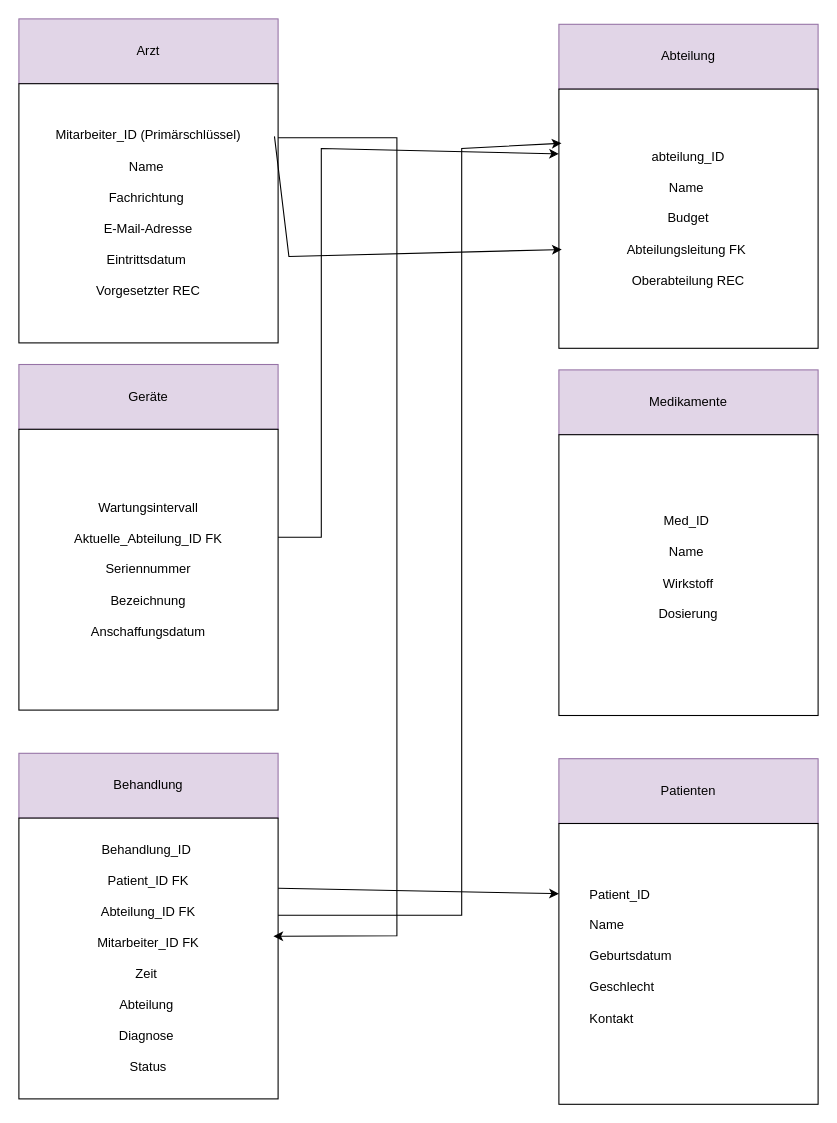
contraintuitiv/datenbanksysteme keeps this draw.io diagram as aufgabe04/Aufgabe_B.drawio. Above is the earlier version. Source tidied: cells renumbered, new cells numbered last; positions are measured from the earlier drawing's top-left corner, leaving out a move shared by most shapes. Both pictures are drawn from the tidied source at 108%, with x=0, y=0 at pixel (18, 18).
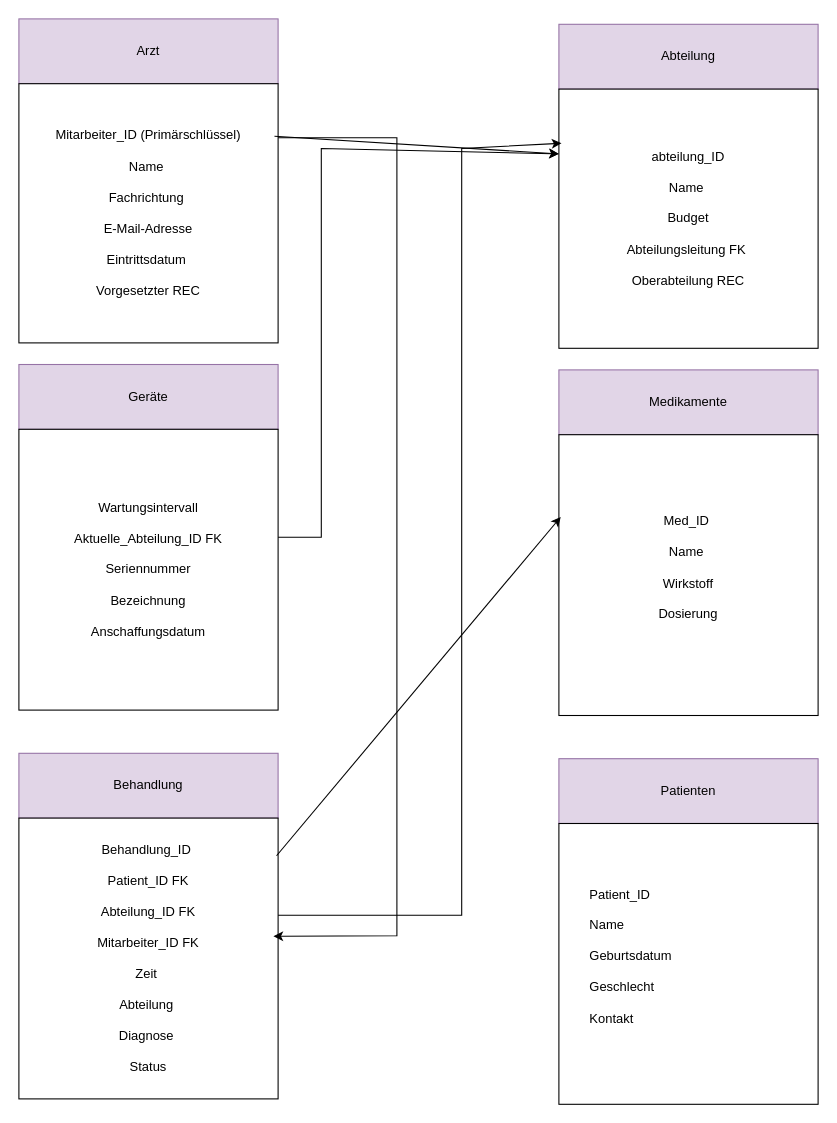
After the change.

Unchanged cells that the change refers to:
```xml
<mxCell id="3" value="Mitarbeiter_ID (Primärschlüssel)&lt;div&gt;&lt;br&gt;&lt;div&gt;Name&amp;nbsp;&lt;/div&gt;&lt;div&gt;&lt;br&gt;&lt;/div&gt;&lt;div&gt;Fachrichtung&amp;nbsp;&lt;/div&gt;&lt;div&gt;&lt;br&gt;&lt;/div&gt;&lt;div&gt;E-Mail-Adresse&lt;/div&gt;&lt;div&gt;&lt;br&gt;&lt;/div&gt;&lt;div&gt;Eintrittsdatum&amp;nbsp;&lt;/div&gt;&lt;div&gt;&lt;br&gt;&lt;/div&gt;&lt;div&gt;Vorgesetzter REC&lt;/div&gt;&lt;/div&gt;" style="whiteSpace=wrap;html=1;" parent="1" vertex="1">
  <mxGeometry y="60" width="240" height="240" as="geometry" />
</mxCell>
<mxCell id="5" value="abteilung_ID&lt;div&gt;&lt;br&gt;&lt;/div&gt;&lt;div&gt;Name&amp;nbsp;&lt;/div&gt;&lt;div&gt;&lt;br&gt;&lt;/div&gt;&lt;div&gt;Budget&lt;/div&gt;&lt;div&gt;&lt;br&gt;&lt;/div&gt;&lt;div&gt;Abteilungsleitung FK&amp;nbsp;&lt;/div&gt;&lt;div&gt;&lt;br&gt;&lt;/div&gt;&lt;div&gt;Oberabteilung REC&lt;/div&gt;" style="whiteSpace=wrap;html=1;" parent="1" vertex="1">
  <mxGeometry x="500" y="65" width="240" height="240" as="geometry" />
</mxCell>
<mxCell id="8" value="Med_ID&amp;nbsp;&lt;div&gt;&lt;br&gt;&lt;/div&gt;&lt;div&gt;Name&amp;nbsp;&lt;/div&gt;&lt;div&gt;&lt;br&gt;&lt;/div&gt;&lt;div&gt;Wirkstoff&lt;/div&gt;&lt;div&gt;&lt;br&gt;&lt;/div&gt;&lt;div&gt;Dosierung&lt;/div&gt;&lt;div&gt;&lt;br&gt;&lt;/div&gt;" style="rounded=0;whiteSpace=wrap;html=1;" parent="1" vertex="1">
  <mxGeometry x="500" y="385" width="240" height="260" as="geometry" />
</mxCell>
<mxCell id="12" value="&lt;div&gt;Behandlung_ID&amp;nbsp;&lt;/div&gt;&lt;div&gt;&lt;br&gt;&lt;/div&gt;&lt;div&gt;Patient_ID FK&lt;/div&gt;&lt;div&gt;&lt;br&gt;&lt;/div&gt;&lt;div&gt;Abteilung_ID FK&lt;/div&gt;&lt;div&gt;&lt;br&gt;&lt;/div&gt;&lt;div&gt;Mitarbeiter_ID FK&lt;/div&gt;&lt;div&gt;&lt;br&gt;&lt;/div&gt;&lt;div&gt;Zeit&amp;nbsp;&lt;/div&gt;&lt;div&gt;&lt;br&gt;&lt;/div&gt;&lt;div&gt;Abteilung&amp;nbsp;&lt;/div&gt;&lt;div&gt;&lt;br&gt;&lt;/div&gt;&lt;div&gt;Diagnose&amp;nbsp;&lt;/div&gt;&lt;div&gt;&lt;br&gt;&lt;/div&gt;&lt;div&gt;Status&lt;/div&gt;" style="rounded=0;whiteSpace=wrap;html=1;" parent="1" vertex="1">
  <mxGeometry y="740" width="240" height="260" as="geometry" />
</mxCell>
<mxCell id="13" value="&lt;div&gt;&lt;span style=&quot;white-space: pre;&quot;&gt;&#9;&lt;/span&gt;Patient_ID&lt;/div&gt;&lt;div&gt;&lt;br&gt;&lt;/div&gt;&lt;div&gt;&lt;span style=&quot;white-space: pre;&quot;&gt;&#9;&lt;/span&gt;Name&amp;nbsp;&lt;/div&gt;&lt;div&gt;&lt;br&gt;&lt;/div&gt;&lt;div&gt;&lt;span style=&quot;white-space: pre;&quot;&gt;&#9;&lt;/span&gt;Geburtsdatum&amp;nbsp;&lt;/div&gt;&lt;div&gt;&lt;br&gt;&lt;/div&gt;&lt;div&gt;&lt;span style=&quot;white-space: pre;&quot;&gt;&#9;&lt;/span&gt;Geschlecht&amp;nbsp;&lt;/div&gt;&lt;div&gt;&lt;br&gt;&lt;/div&gt;&lt;div&gt;&lt;span style=&quot;white-space: pre;&quot;&gt;&#9;&lt;/span&gt;Kontakt&amp;nbsp;&lt;/div&gt;&lt;div&gt;&lt;br&gt;&lt;/div&gt;" style="rounded=0;whiteSpace=wrap;html=1;align=left;" parent="1" vertex="1">
  <mxGeometry x="500" y="745" width="240" height="260" as="geometry" />
</mxCell>
```

The edit, as a diff of the source:
```diff
@@
-    <mxCell id="14" style="endArrow=classic;html=1;rounded=0;entryX=0;entryY=0.25;entryDx=0;entryDy=0;exitX=1;exitY=0.25;exitDx=0;exitDy=0;" parent="1" edge="1" source="12" target="13">
+    <mxCell id="14" style="endArrow=classic;html=1;rounded=0;exitX=0.994;exitY=0.134;exitDx=0;exitDy=0;exitPerimeter=0;entryX=0.007;entryY=0.293;entryDx=0;entryDy=0;entryPerimeter=0;" parent="1" edge="1" source="12" target="8">
       <mxGeometry relative="1" as="geometry" />
     </mxCell>
-    <mxCell id="15" style="endArrow=classic;html=1;rounded=0;exitX=0.986;exitY=0.203;exitDx=0;exitDy=0;exitPerimeter=0;entryX=0.011;entryY=0.619;entryDx=0;entryDy=0;entryPerimeter=0;" parent="1" edge="1" source="3" target="5">
-      <mxGeometry relative="1" as="geometry">
-        <Array as="points">
-          <mxPoint x="250" y="220" />
-        </Array>
-      </mxGeometry>
+    <mxCell id="15" style="endArrow=classic;html=1;rounded=0;exitX=0.986;exitY=0.203;exitDx=0;exitDy=0;exitPerimeter=0;entryX=0;entryY=0.25;entryDx=0;entryDy=0;" parent="1" edge="1" source="3" target="5">
+      <mxGeometry relative="1" as="geometry" />
     </mxCell>
```
